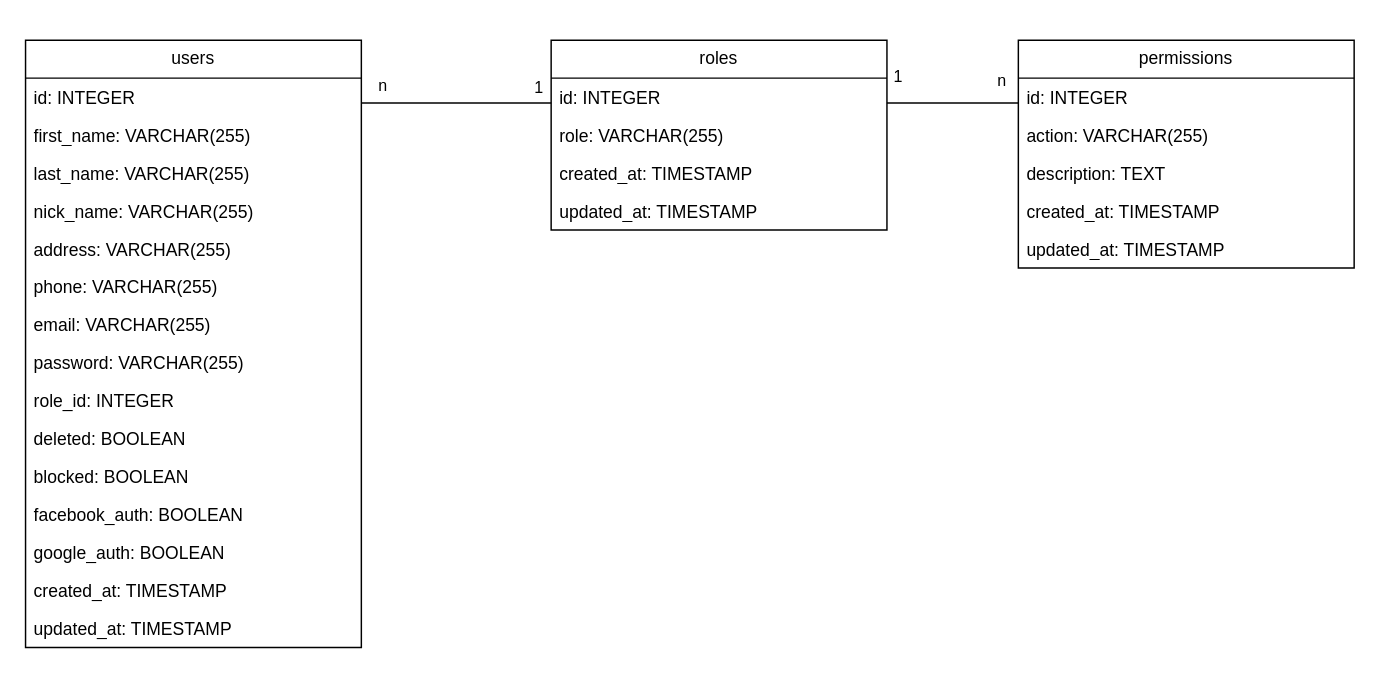
trinhquanbkb/Zen8labs-overview keeps this draw.io diagram as Biểu đồ không có tiêu đề.drawio. Above is the earlier version. Source tidied: cells renumbered, new cells numbered last; positions are measured from the earlier drawing's top-left corner, leaving out a move shared by most shapes. Both pictures are drawn from the tidied source at 146%, with x=0, y=0 at pixel (25, 25).
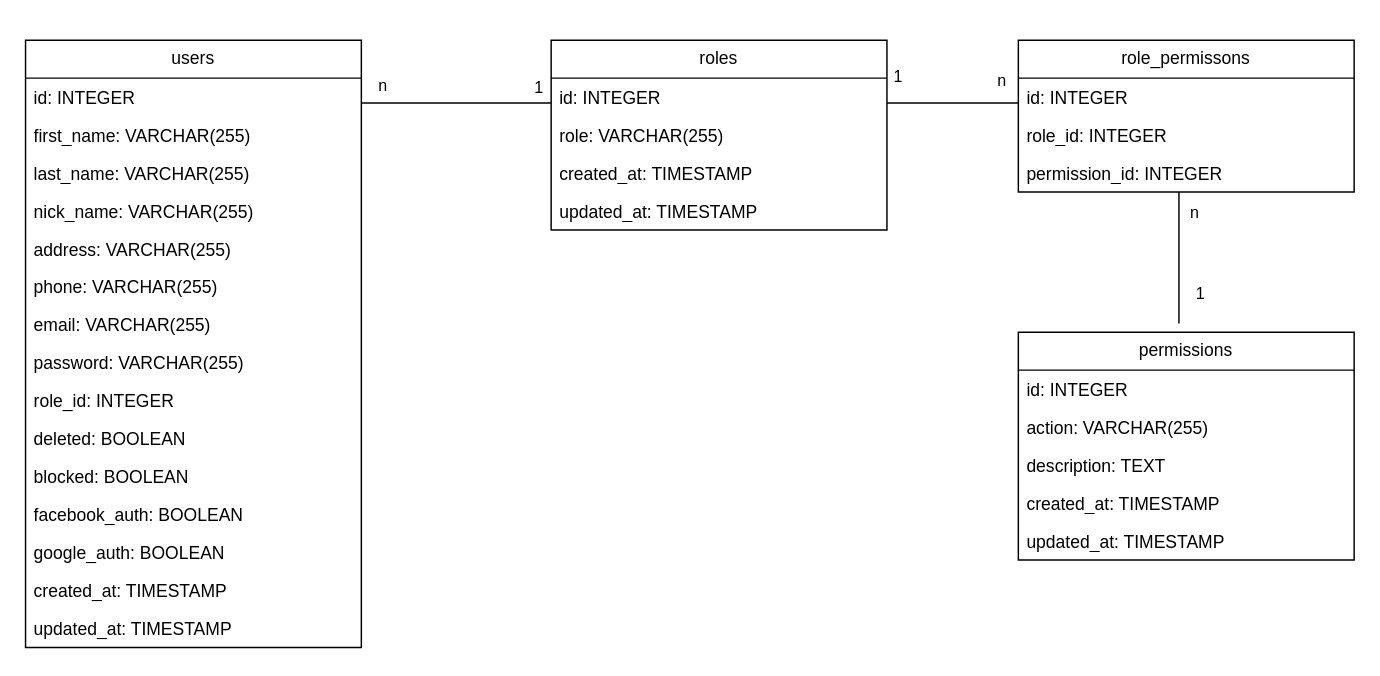
The same diagram, later.

The edit, as a diff of the source:
```diff
@@
     <mxCell id="23" value="permissions" style="swimlane;fontStyle=0;horizontal=1;startSize=26;fillColor=none;whiteSpace=wrap;html=1;" parent="1" vertex="1">
-      <mxGeometry x="680" y="10" width="230" height="156" as="geometry" />
+      <mxGeometry x="680" y="210" width="230" height="156" as="geometry" />
     </mxCell>
@@
+    <mxCell id="35" value="role_permissons" style="swimlane;fontStyle=0;horizontal=1;startSize=26;fillColor=none;whiteSpace=wrap;html=1;" parent="1" vertex="1">
+      <mxGeometry x="680" y="10" width="230" height="104" as="geometry" />
+    </mxCell>
+    <mxCell id="36" value="id: INTEGER" style="text;strokeColor=none;fillColor=none;align=left;verticalAlign=top;spacingLeft=4;spacingRight=4;overflow=hidden;whiteSpace=wrap;html=1;" parent="35" vertex="1">
+      <mxGeometry y="26" width="230" height="26" as="geometry" />
+    </mxCell>
+    <mxCell id="37" value="role_id: INTEGER" style="text;strokeColor=none;fillColor=none;align=left;verticalAlign=top;spacingLeft=4;spacingRight=4;overflow=hidden;whiteSpace=wrap;html=1;" parent="35" vertex="1">
+      <mxGeometry y="52" width="230" height="26" as="geometry" />
+    </mxCell>
+    <mxCell id="38" value="permission_id: INTEGER" style="text;strokeColor=none;fillColor=none;align=left;verticalAlign=top;spacingLeft=4;spacingRight=4;overflow=hidden;whiteSpace=wrap;html=1;" parent="35" vertex="1">
+      <mxGeometry y="78" width="230" height="26" as="geometry" />
+    </mxCell>
+    <mxCell id="39" style="endArrow=none;html=1;edgeStyle=orthogonalEdgeStyle;rounded=0;" parent="1" edge="1">
+      <mxGeometry relative="1" as="geometry">
+        <mxPoint x="790" y="204" as="sourcePoint" />
+        <mxPoint x="790" y="134" as="targetPoint" />
+        <Array as="points">
+          <mxPoint x="790" y="114" />
+          <mxPoint x="790" y="114" />
+        </Array>
+      </mxGeometry>
+    </mxCell>
+    <mxCell id="40" value="&lt;span style=&quot;color: rgb(0, 0, 0); font-family: Helvetica; font-size: 11px; font-style: normal; font-variant-ligatures: normal; font-variant-caps: normal; font-weight: 400; letter-spacing: normal; orphans: 2; text-align: left; text-indent: 0px; text-transform: none; widows: 2; word-spacing: 0px; -webkit-text-stroke-width: 0px; white-space: nowrap; background-color: rgb(255, 255, 255); text-decoration-thickness: initial; text-decoration-style: initial; text-decoration-color: initial; display: inline !important; float: none;&quot;&gt;1&lt;/span&gt;" style="text;whiteSpace=wrap;html=1;" parent="1" vertex="1">
+      <mxGeometry x="800" y="170" width="10" height="20" as="geometry" />
+    </mxCell>
+    <mxCell id="41" value="n" style="edgeLabel;html=1;align=left;verticalAlign=bottom;" parent="1" vertex="1">
+      <mxGeometry x="250" y="59" as="geometry">
+        <mxPoint x="546" y="77" as="offset" />
+      </mxGeometry>
+    </mxCell>
```
